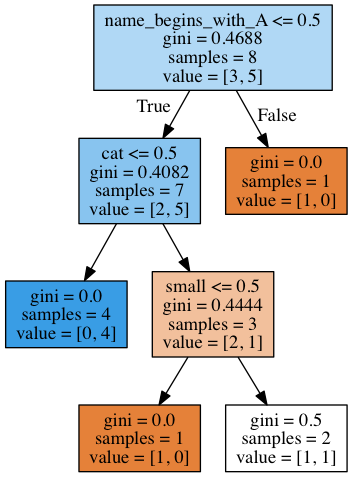
Above: final-project/1/tree.png in ishi1987/DS-SF-36 (Graphviz), before the change. Its source is kept beside it as final-project/1/tree.dot.
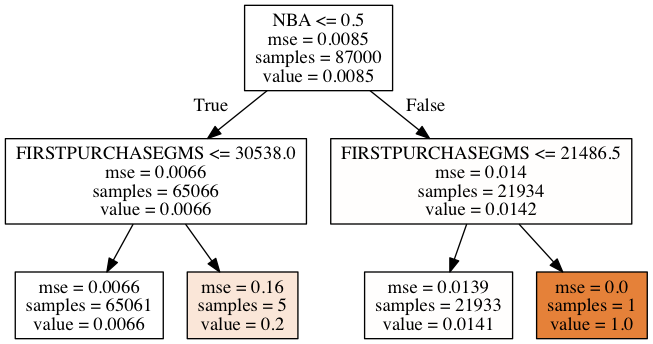
The same file after the commit.

Change to the diagram source:
```diff
@@ -1,16 +1,16 @@
 digraph Tree {
 node [shape=box, style="filled", color="black"] ;
-0 [label="name_begins_with_A <= 0.5\ngini = 0.4688\nsamples = 8\nvalue = [3, 5]", fillcolor="#399de566"] ;
-1 [label="cat <= 0.5\ngini = 0.4082\nsamples = 7\nvalue = [2, 5]", fillcolor="#399de599"] ;
+0 [label="NBA <= 0.5\nmse = 0.0085\nsamples = 87000\nvalue = 0.0085", fillcolor="#e5813900"] ;
+1 [label="FIRSTPURCHASEGMS <= 30538.0\nmse = 0.0066\nsamples = 65066\nvalue = 0.0066", fillcolor="#e5813900"] ;
 0 -> 1 [labeldistance=2.5, labelangle=45, headlabel="True"] ;
-2 [label="gini = 0.0\nsamples = 4\nvalue = [0, 4]", fillcolor="#399de5ff"] ;
+2 [label="mse = 0.0066\nsamples = 65061\nvalue = 0.0066", fillcolor="#e5813900"] ;
 1 -> 2 ;
-3 [label="small <= 0.5\ngini = 0.4444\nsamples = 3\nvalue = [2, 1]", fillcolor="#e581397f"] ;
+3 [label="mse = 0.16\nsamples = 5\nvalue = 0.2", fillcolor="#e5813932"] ;
 1 -> 3 ;
-4 [label="gini = 0.0\nsamples = 1\nvalue = [1, 0]", fillcolor="#e58139ff"] ;
-3 -> 4 ;
-5 [label="gini = 0.5\nsamples = 2\nvalue = [1, 1]", fillcolor="#e5813900"] ;
-3 -> 5 ;
-6 [label="gini = 0.0\nsamples = 1\nvalue = [1, 0]", fillcolor="#e58139ff"] ;
-0 -> 6 [labeldistance=2.5, labelangle=-45, headlabel="False"] ;
+4 [label="FIRSTPURCHASEGMS <= 21486.5\nmse = 0.014\nsamples = 21934\nvalue = 0.0142", fillcolor="#e5813902"] ;
+0 -> 4 [labeldistance=2.5, labelangle=-45, headlabel="False"] ;
+5 [label="mse = 0.0139\nsamples = 21933\nvalue = 0.0141", fillcolor="#e5813902"] ;
+4 -> 5 ;
+6 [label="mse = 0.0\nsamples = 1\nvalue = 1.0", fillcolor="#e58139ff"] ;
+4 -> 6 ;
 }
```
